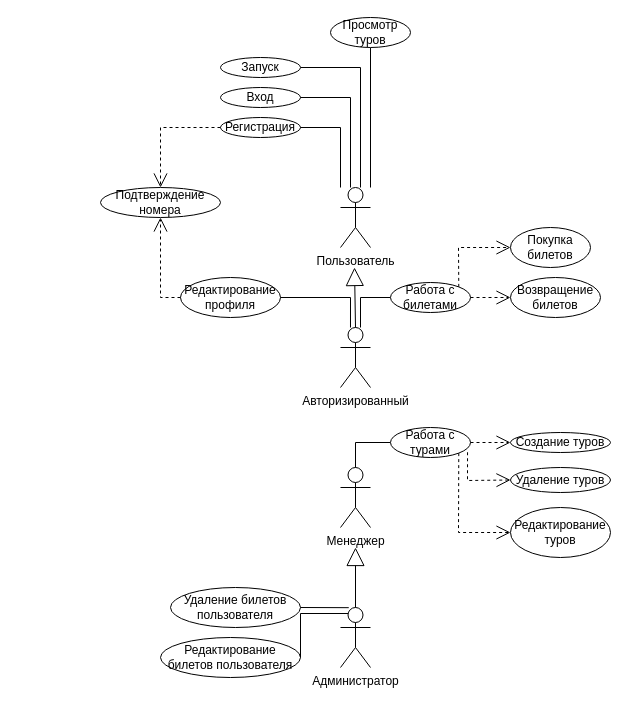
The draw.io diagram docs/usecase.drawio in ValerkaR34/TOUR-ARG-4-1-, before the edit. Source tidied: cells renumbered, new cells numbered last; positions are measured from the earlier drawing's top-left corner, leaving out a move shared by most shapes. Both pictures are drawn from the tidied source at 100%, with x=0, y=0 at pixel (100, 17).
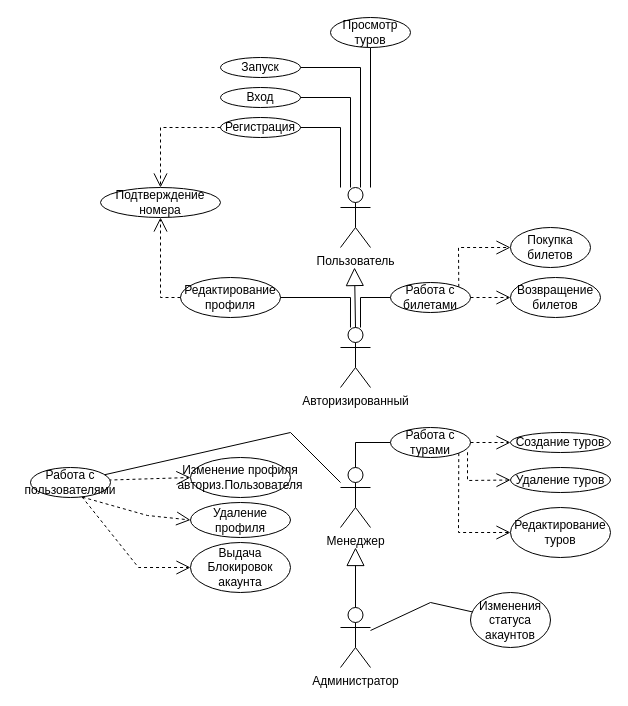
The same page after the edit.

Commit message (it also covers changes not shown here):
юскейс поменял

Unchanged cells that the change refers to:
```xml
<mxCell id="24" value="Менеджер" style="shape=umlActor;verticalLabelPosition=bottom;verticalAlign=top;html=1;outlineConnect=0;" parent="1" vertex="1">
  <mxGeometry x="240" y="450" width="30" height="60" as="geometry" />
</mxCell>
<mxCell id="33" value="Администратор" style="shape=umlActor;verticalLabelPosition=bottom;verticalAlign=top;html=1;outlineConnect=0;" parent="1" vertex="1">
  <mxGeometry x="240" y="590" width="30" height="60" as="geometry" />
</mxCell>
```

What changed in the source:
```diff
@@
-    <mxCell id="35" value="Удаление билетов пользователя" style="ellipse;whiteSpace=wrap;html=1;" parent="1" vertex="1">
-      <mxGeometry x="70" y="570" width="130" height="40" as="geometry" />
-    </mxCell>
-    <mxCell id="36" style="endArrow=none;html=1;rounded=0;exitX=0.276;exitY=0.003;exitDx=0;exitDy=0;exitPerimeter=0;entryX=1;entryY=0.5;entryDx=0;entryDy=0;" parent="1" edge="1" source="33" target="35">
-      <mxGeometry relative="1" as="geometry" />
-    </mxCell>
-    <mxCell id="37" value="Редактирование билетов пользователя" style="ellipse;whiteSpace=wrap;html=1;" parent="1" vertex="1">
-      <mxGeometry x="60" y="620" width="140" height="40" as="geometry" />
-    </mxCell>
-    <mxCell id="38" style="endArrow=none;html=1;rounded=0;exitX=0.25;exitY=0.1;exitDx=0;exitDy=0;exitPerimeter=0;entryX=1;entryY=0.5;entryDx=0;entryDy=0;" parent="1" edge="1" source="33" target="37">
-      <mxGeometry relative="1" as="geometry">
-        <Array as="points">
-          <mxPoint x="200" y="596" />
-        </Array>
-      </mxGeometry>
-    </mxCell>
+    <mxCell id="39" style="endArrow=open;endSize=12;dashed=1;html=1;rounded=0;entryX=0;entryY=0.5;entryDx=0;entryDy=0;exitX=0;exitY=0.5;exitDx=0;exitDy=0;" parent="1" edge="1" source="45" target="41">
+      <mxGeometry relative="1" as="geometry" />
+    </mxCell>
+    <mxCell id="40" value="Выдача Блокировок акаунта" style="ellipse;whiteSpace=wrap;html=1;" parent="1" vertex="1">
+      <mxGeometry x="90" y="525" width="100" height="50" as="geometry" />
+    </mxCell>
+    <mxCell id="41" value="Изменение профиля авториз.Пользователя" style="ellipse;whiteSpace=wrap;html=1;" parent="1" vertex="1">
+      <mxGeometry x="90" y="440" width="100" height="40" as="geometry" />
+    </mxCell>
+    <mxCell id="42" style="endArrow=open;endSize=12;dashed=1;html=1;rounded=0;entryX=0;entryY=0.5;entryDx=0;entryDy=0;" parent="1" edge="1" source="45" target="40">
+      <mxGeometry relative="1" as="geometry">
+        <Array as="points">
+          <mxPoint x="38" y="550" />
+        </Array>
+      </mxGeometry>
+    </mxCell>
+    <mxCell id="43" value="Удаление профиля" style="ellipse;whiteSpace=wrap;html=1;" parent="1" vertex="1">
+      <mxGeometry x="90" y="485" width="100" height="35" as="geometry" />
+    </mxCell>
+    <mxCell id="44" style="endArrow=open;endSize=12;dashed=1;html=1;rounded=0;entryX=0;entryY=0.5;entryDx=0;entryDy=0;exitX=0;exitY=0.5;exitDx=0;exitDy=0;" parent="1" edge="1" source="45" target="43">
+      <mxGeometry relative="1" as="geometry">
+        <Array as="points">
+          <mxPoint x="47" y="498" />
+        </Array>
+      </mxGeometry>
+    </mxCell>
+    <mxCell id="45" value="Работа с пользователями" style="ellipse;whiteSpace=wrap;html=1;" parent="1" vertex="1">
+      <mxGeometry x="-70" y="450" width="80" height="30" as="geometry" />
+    </mxCell>
+    <mxCell id="46" style="endArrow=none;html=1;rounded=0;" parent="1" edge="1" source="45" target="24">
+      <mxGeometry relative="1" as="geometry">
+        <Array as="points">
+          <mxPoint x="190" y="415" />
+        </Array>
+      </mxGeometry>
+    </mxCell>
+    <mxCell id="47" style="endArrow=none;html=1;rounded=0;" parent="1" edge="1" source="33" target="48">
+      <mxGeometry relative="1" as="geometry">
+        <Array as="points">
+          <mxPoint x="330" y="585" />
+        </Array>
+      </mxGeometry>
+    </mxCell>
+    <mxCell id="48" value="Изменения статуса акаунтов" style="ellipse;whiteSpace=wrap;html=1;" parent="1" vertex="1">
+      <mxGeometry x="370" y="575" width="80" height="55" as="geometry" />
+    </mxCell>
```
